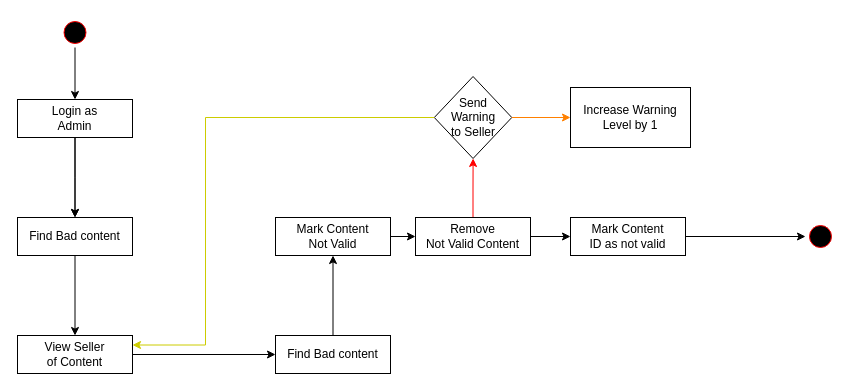
Above: activityDiagramXMLS/Activitydiegram_admin4.drawio in adl409/SE-project-Group-5 (draw.io), before the change. Source tidied: cells renumbered, new cells numbered last; positions are measured from the earlier drawing's top-left corner, leaving out a move shared by most shapes. Both pictures are drawn from the tidied source at 100%, with x=0, y=0 at pixel (17, 17).
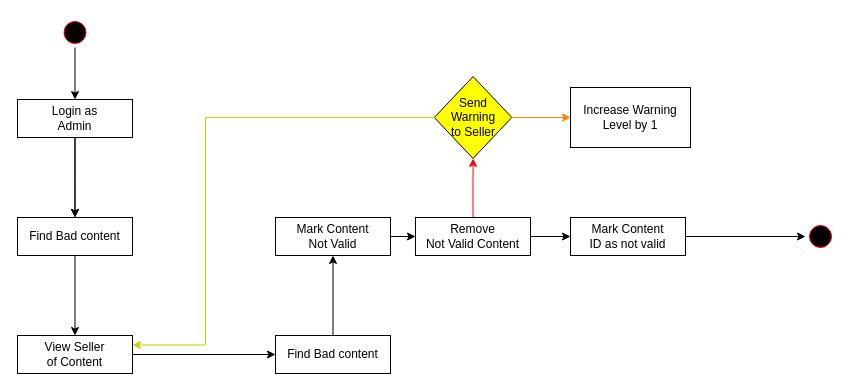
After the change.

What changed in the source:
```diff
@@
-    <mxCell id="16" value="&lt;div&gt;Send &lt;br&gt;&lt;/div&gt;&lt;div&gt;Warning &lt;br&gt;&lt;/div&gt;&lt;div&gt;to Seller&lt;br&gt;&lt;/div&gt;" style="rhombus;whiteSpace=wrap;html=1;fillColor=rgb(255, 255, 255);strokeColor=rgb(0, 0, 0);fontColor=rgb(0, 0, 0);rounded=0;" parent="1" vertex="1">
+    <mxCell id="16" value="&lt;div&gt;Send &lt;br&gt;&lt;/div&gt;&lt;div&gt;Warning &lt;br&gt;&lt;/div&gt;&lt;div&gt;to Seller&lt;br&gt;&lt;/div&gt;" style="rhombus;whiteSpace=wrap;html=1;fillColor=#FFFF00;strokeColor=rgb(0, 0, 0);fontColor=rgb(0, 0, 0);rounded=0;" parent="1" vertex="1">
       <mxGeometry x="416.8" y="59" width="77.5" height="82" as="geometry" />
     </mxCell>
```
